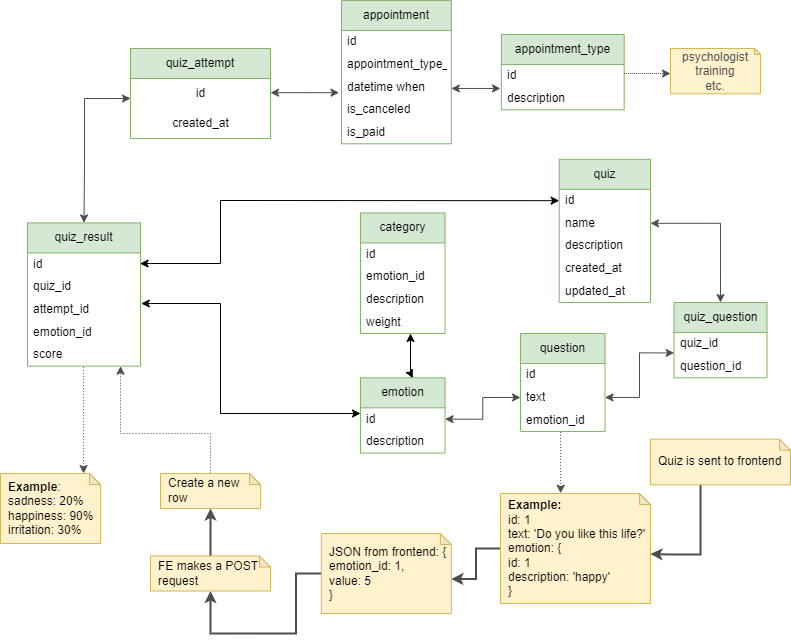
The draw.io diagram docs/test_diagram.drawio.png in emotional-help-competition/backend, before a commit. Source tidied: cells renumbered, new cells last; positions are measured from the earlier drawing's top-left corner, leaving out a move shared by most shapes.
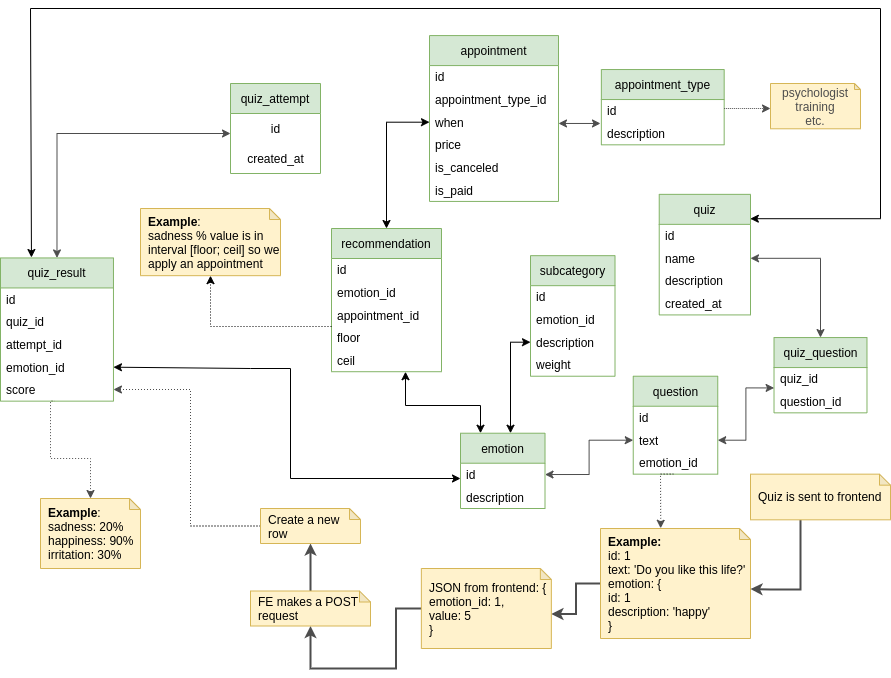
The same diagram one commit later.

Commit message:
Add recommendation entity

The edit, as a diff of the source:
```diff
@@ -3,39 +3,35 @@
     <mxCell id="0" />
     <mxCell id="1" parent="0" />
     <mxCell id="2" value="quiz_attempt" style="swimlane;fontStyle=0;horizontal=1;startSize=30;whiteSpace=wrap;html=1;fillColor=#d5e8d4;strokeColor=#82b366;" parent="1" vertex="1">
-      <mxGeometry x="130" y="48" width="140" height="90" as="geometry" />
+      <mxGeometry x="130" y="48" width="90" height="90" as="geometry" />
     </mxCell>
     <mxCell id="3" value="id" style="text;html=1;align=center;verticalAlign=middle;strokeColor=none;fillColor=none;" parent="2" vertex="1">
-      <mxGeometry y="30" width="140" height="30" as="geometry" />
+      <mxGeometry y="30" width="90" height="30" as="geometry" />
     </mxCell>
     <mxCell id="4" value="created_at" style="text;html=1;align=center;verticalAlign=middle;strokeColor=none;fillColor=none;" parent="2" vertex="1">
-      <mxGeometry y="60" width="140" height="30" as="geometry" />
+      <mxGeometry y="60" width="90" height="30" as="geometry" />
     </mxCell>
     <mxCell id="5" value="appointment" style="swimlane;fontStyle=0;horizontal=1;startSize=30;whiteSpace=wrap;html=1;fillColor=#d5e8d4;strokeColor=#82b366;" parent="1" vertex="1">
-      <mxGeometry x="341" y="0.1" width="109.9" height="143.2" as="geometry" />
+      <mxGeometry x="329" y="0.1" width="129" height="165.8" as="geometry" />
     </mxCell>
     <mxCell id="6" value="id" style="text;strokeColor=none;fillColor=none;align=left;verticalAlign=middle;spacingLeft=4;spacingRight=4;overflow=hidden;whiteSpace=wrap;html=1;" parent="5" vertex="1">
-      <mxGeometry y="30" width="109.9" height="22.6" as="geometry" />
+      <mxGeometry y="30" width="129" height="22.6" as="geometry" />
     </mxCell>
     <mxCell id="7" value="appointment_type_id" style="text;strokeColor=none;fillColor=none;align=left;verticalAlign=middle;spacingLeft=4;spacingRight=4;overflow=hidden;whiteSpace=wrap;html=1;" parent="5" vertex="1">
-      <mxGeometry y="52.6" width="109.9" height="22.6" as="geometry" />
+      <mxGeometry y="52.6" width="129" height="22.6" as="geometry" />
     </mxCell>
-    <mxCell id="8" value="datetime when" style="text;strokeColor=none;fillColor=none;align=left;verticalAlign=middle;spacingLeft=4;spacingRight=4;overflow=hidden;points=[[0,0.5],[1,0.5]];portConstraint=eastwest;whiteSpace=wrap;html=1;" parent="5" vertex="1">
-      <mxGeometry y="75.3" width="109.9" height="22.6" as="geometry" />
+    <mxCell id="8" value="when" style="text;strokeColor=none;fillColor=none;align=left;verticalAlign=middle;spacingLeft=4;spacingRight=4;overflow=hidden;points=[[0,0.5],[1,0.5]];portConstraint=eastwest;whiteSpace=wrap;html=1;" parent="5" vertex="1">
+      <mxGeometry y="75.3" width="129" height="22.6" as="geometry" />
     </mxCell>
+    <mxCell id="65" value="price" style="text;strokeColor=none;fillColor=none;align=left;verticalAlign=middle;spacingLeft=4;spacingRight=4;overflow=hidden;whiteSpace=wrap;html=1;" parent="5" vertex="1">
+      <mxGeometry y="97.9" width="129" height="22.6" as="geometry" />
+    </mxCell>
     <mxCell id="9" value="is_canceled" style="text;strokeColor=none;fillColor=none;align=left;verticalAlign=middle;spacingLeft=4;spacingRight=4;overflow=hidden;whiteSpace=wrap;html=1;" parent="5" vertex="1">
-      <mxGeometry y="97.9" width="109.9" height="22.6" as="geometry" />
+      <mxGeometry y="120.6" width="129" height="22.6" as="geometry" />
     </mxCell>
     <mxCell id="10" value="is_paid" style="text;strokeColor=none;fillColor=none;align=left;verticalAlign=middle;spacingLeft=4;spacingRight=4;overflow=hidden;whiteSpace=wrap;html=1;" parent="5" vertex="1">
-      <mxGeometry y="120.6" width="109.9" height="22.6" as="geometry" />
+      <mxGeometry y="143.2" width="129" height="22.6" as="geometry" />
     </mxCell>
-    <mxCell id="11" style="edgeStyle=orthogonalEdgeStyle;rounded=0;jettySize=auto;html=1;startArrow=classic;startFill=1;strokeColor=#4D4D4D;entryX=-0.022;entryY=0.743;entryDx=0;entryDy=0;entryPerimeter=0;" parent="1" edge="1" source="2" target="8">
-      <mxGeometry relative="1" as="geometry">
-        <Array as="points">
-          <mxPoint x="306" y="93" />
-        </Array>
-      </mxGeometry>
-    </mxCell>
     <mxCell id="12" value="appointment_type" style="swimlane;fontStyle=0;horizontal=1;startSize=30;whiteSpace=wrap;html=1;fillColor=#d5e8d4;strokeColor=#82b366;" parent="1" vertex="1">
       <mxGeometry x="500.9" y="34" width="122.8" height="75.3" as="geometry" />
     </mxCell>
@@ -57,7 +53,7 @@
       </mxGeometry>
     </mxCell>
     <mxCell id="17" value="quiz" style="swimlane;fontStyle=0;horizontal=1;startSize=30;whiteSpace=wrap;html=1;fillColor=#d5e8d4;strokeColor=#82b366;" parent="1" vertex="1">
-      <mxGeometry x="558.7" y="158.8" width="91.3" height="143.2" as="geometry" />
+      <mxGeometry x="558.7" y="158.8" width="91.3" height="120.6" as="geometry" />
     </mxCell>
     <mxCell id="18" value="id" style="text;strokeColor=none;fillColor=none;align=left;verticalAlign=middle;spacingLeft=4;spacingRight=4;overflow=hidden;points=[[0,0.5],[1,0.5]];portConstraint=eastwest;whiteSpace=wrap;html=1;" parent="17" vertex="1">
       <mxGeometry y="30" width="91.3" height="22.6" as="geometry" />
@@ -71,11 +67,8 @@
     <mxCell id="21" value="created_at" style="text;strokeColor=none;fillColor=none;align=left;verticalAlign=middle;spacingLeft=4;spacingRight=4;overflow=hidden;whiteSpace=wrap;html=1;" parent="17" vertex="1">
       <mxGeometry y="97.9" width="91.3" height="22.6" as="geometry" />
     </mxCell>
-    <mxCell id="22" value="updated_at" style="text;strokeColor=none;fillColor=none;align=left;verticalAlign=middle;spacingLeft=4;spacingRight=4;overflow=hidden;whiteSpace=wrap;html=1;fontStyle=0;" parent="17" vertex="1">
-      <mxGeometry y="120.6" width="91.3" height="22.6" as="geometry" />
-    </mxCell>
     <mxCell id="23" value="question" style="swimlane;fontStyle=0;horizontal=1;startSize=30;whiteSpace=wrap;html=1;fillColor=#d5e8d4;strokeColor=#82b366;" parent="1" vertex="1">
-      <mxGeometry x="520" y="333" width="84.5" height="97.9" as="geometry" />
+      <mxGeometry x="532.7" y="340.7" width="84.5" height="97.9" as="geometry" />
     </mxCell>
     <mxCell id="24" value="id" style="text;strokeColor=none;fillColor=none;align=left;verticalAlign=middle;spacingLeft=4;spacingRight=4;overflow=hidden;whiteSpace=wrap;html=1;" parent="23" vertex="1">
       <mxGeometry y="30" width="84.5" height="22.6" as="geometry" />
@@ -98,8 +91,16 @@
     <mxCell id="30" style="edgeStyle=orthogonalEdgeStyle;rounded=0;jettySize=auto;html=1;entryX=1;entryY=0.5;entryDx=0;entryDy=0;startArrow=classic;startFill=1;exitX=0.5;exitY=0;exitDx=0;exitDy=0;strokeColor=#4D4D4D;" parent="1" edge="1" source="27" target="19">
       <mxGeometry relative="1" as="geometry" />
     </mxCell>
+    <mxCell id="66" style="edgeStyle=orthogonalEdgeStyle;rounded=0;jettySize=auto;html=1;startArrow=classic;startFill=1;" parent="1" edge="1" source="31" target="69">
+      <mxGeometry relative="1" as="geometry">
+        <Array as="points">
+          <mxPoint x="380" y="370" />
+          <mxPoint x="305" y="370" />
+        </Array>
+      </mxGeometry>
+    </mxCell>
     <mxCell id="31" value="emotion" style="swimlane;fontStyle=0;horizontal=1;startSize=30;whiteSpace=wrap;html=1;fillColor=#d5e8d4;strokeColor=#82b366;" parent="1" vertex="1">
-      <mxGeometry x="360" y="377.3" width="84.5" height="75.3" as="geometry" />
+      <mxGeometry x="360" y="397.7" width="84.5" height="75.3" as="geometry" />
     </mxCell>
     <mxCell id="32" value="id" style="text;strokeColor=none;fillColor=none;align=left;verticalAlign=middle;spacingLeft=4;spacingRight=4;overflow=hidden;points=[[0,0.5],[1,0.5]];portConstraint=eastwest;whiteSpace=wrap;html=1;" parent="31" vertex="1">
       <mxGeometry y="30" width="84.5" height="22.6" as="geometry" />
@@ -114,9 +115,7 @@
       <mxGeometry relative="1" as="geometry">
         <mxPoint x="130" y="98" as="sourcePoint" />
         <Array as="points">
-          <mxPoint x="84" y="98" />
-          <mxPoint x="84" y="160" />
-          <mxPoint x="84" y="160" />
+          <mxPoint x="-43" y="98" />
         </Array>
       </mxGeometry>
     </mxCell>
@@ -126,18 +125,30 @@
     <mxCell id="37" style="edgeStyle=orthogonalEdgeStyle;rounded=0;jettySize=auto;html=1;entryX=0.001;entryY=0.9;entryDx=0;entryDy=0;entryPerimeter=0;startArrow=classic;startFill=1;strokeColor=#4D4D4D;" parent="1" edge="1" source="25" target="28">
       <mxGeometry relative="1" as="geometry" />
     </mxCell>
-    <mxCell id="38" style="edgeStyle=orthogonalEdgeStyle;rounded=0;jettySize=auto;html=1;dashed=1;dashPattern=1 2;strokeColor=#4D4D4D;fontSize=11;fontColor=#4D4D4D;startArrow=classic;startFill=1;endArrow=none;endFill=0;entryX=0.496;entryY=1.017;entryDx=0;entryDy=0;entryPerimeter=0;" parent="1" edge="1" source="39" target="45">
+    <mxCell id="38" style="edgeStyle=orthogonalEdgeStyle;rounded=0;jettySize=auto;html=1;dashed=1;dashPattern=1 2;strokeColor=#4D4D4D;fontSize=11;fontColor=#4D4D4D;startArrow=classic;startFill=1;endArrow=none;endFill=0;entryX=0.481;entryY=1.001;entryDx=0;entryDy=0;entryPerimeter=0;exitX=0.5;exitY=0;exitDx=0;exitDy=0;exitPerimeter=0;" parent="1" edge="1" source="39" target="45">
       <mxGeometry relative="1" as="geometry">
         <Array as="points">
-          <mxPoint x="83" y="366" />
+          <mxPoint x="-10" y="423" />
+          <mxPoint x="-50" y="423" />
+          <mxPoint x="-50" y="366" />
         </Array>
       </mxGeometry>
     </mxCell>
     <mxCell id="39" value="&lt;b&gt;Example&lt;/b&gt;:&lt;br&gt;sadness: 20%&lt;br&gt;happiness: 90%&lt;br&gt;irritation: 30%" style="shape=note;whiteSpace=wrap;html=1;backgroundOutline=1;darkOpacity=0.05;size=11;spacingTop=0;fillColor=#fff2cc;strokeColor=#d6b656;align=left;spacingLeft=6;" parent="1" vertex="1">
-      <mxGeometry y="473" width="100" height="70" as="geometry" />
+      <mxGeometry x="-60" y="463" width="100" height="70" as="geometry" />
     </mxCell>
+    <mxCell id="67" style="edgeStyle=orthogonalEdgeStyle;rounded=0;jettySize=auto;html=1;entryX=0.998;entryY=0.202;entryDx=0;entryDy=0;entryPerimeter=0;startArrow=classic;startFill=1;exitX=0.274;exitY=-0.003;exitDx=0;exitDy=0;exitPerimeter=0;" parent="1" edge="1" source="40" target="17">
+      <mxGeometry relative="1" as="geometry">
+        <Array as="points">
+          <mxPoint x="-70" y="222" />
+          <mxPoint x="-70" y="-27" />
+          <mxPoint x="780" y="-27" />
+          <mxPoint x="780" y="183" />
+        </Array>
+      </mxGeometry>
+    </mxCell>
     <mxCell id="40" value="quiz_result" style="swimlane;fontStyle=0;horizontal=1;startSize=30;whiteSpace=wrap;html=1;fillColor=#d5e8d4;strokeColor=#82b366;" parent="1" vertex="1">
-      <mxGeometry x="27" y="222.4" width="113" height="143.2" as="geometry" />
+      <mxGeometry x="-100" y="222.4" width="113" height="143.2" as="geometry" />
     </mxCell>
     <mxCell id="41" value="id" style="text;strokeColor=none;fillColor=none;align=left;verticalAlign=middle;spacingLeft=4;spacingRight=4;overflow=hidden;points=[[0,0.5],[1,0.5]];portConstraint=eastwest;whiteSpace=wrap;html=1;" parent="40" vertex="1">
       <mxGeometry y="30" width="113" height="22.6" as="geometry" />
@@ -191,38 +202,29 @@
     <mxCell id="54" value="FE makes a POST request" style="shape=note;whiteSpace=wrap;html=1;backgroundOutline=1;darkOpacity=0.05;size=11;spacingTop=0;fillColor=#fff2cc;strokeColor=#d6b656;align=left;spacingBottom=0;spacingLeft=6;" parent="1" vertex="1">
       <mxGeometry x="150" y="555.5" width="120" height="35" as="geometry" />
     </mxCell>
-    <mxCell id="55" style="edgeStyle=orthogonalEdgeStyle;rounded=0;jettySize=auto;html=1;strokeColor=#4D4D4D;strokeWidth=1;fontSize=11;fontColor=#4D4D4D;startArrow=none;startFill=0;endArrow=classic;endFill=1;dashed=1;dashPattern=1 2;" parent="1" edge="1" source="56" target="45">
+    <mxCell id="55" style="edgeStyle=orthogonalEdgeStyle;rounded=0;jettySize=auto;html=1;strokeColor=#4D4D4D;strokeWidth=1;fontSize=11;fontColor=#4D4D4D;startArrow=none;startFill=0;endArrow=classic;endFill=1;dashed=1;dashPattern=1 2;exitX=0;exitY=0.5;exitDx=0;exitDy=0;exitPerimeter=0;" parent="1" edge="1" source="56" target="45">
       <mxGeometry relative="1" as="geometry">
         <Array as="points">
-          <mxPoint x="210" y="433" />
-          <mxPoint x="120" y="433" />
+          <mxPoint x="90" y="491" />
+          <mxPoint x="90" y="354" />
         </Array>
       </mxGeometry>
     </mxCell>
     <mxCell id="56" value="Create a new row" style="shape=note;whiteSpace=wrap;html=1;backgroundOutline=1;darkOpacity=0.05;size=11;spacingTop=0;fillColor=#fff2cc;strokeColor=#d6b656;align=left;spacingBottom=0;spacingLeft=6;" parent="1" vertex="1">
       <mxGeometry x="160" y="473" width="100" height="35" as="geometry" />
     </mxCell>
-    <mxCell id="57" style="endArrow=classic;startArrow=classic;html=1;rounded=0;exitX=1.007;exitY=0.234;exitDx=0;exitDy=0;exitPerimeter=0;" parent="1" edge="1" source="43">
+    <mxCell id="57" style="endArrow=classic;startArrow=classic;html=1;rounded=0;exitX=1;exitY=0.5;exitDx=0;exitDy=0;" parent="1" edge="1" source="44">
       <mxGeometry relative="1" as="geometry">
-        <mxPoint x="360" y="413" as="targetPoint" />
+        <mxPoint x="360" y="443" as="targetPoint" />
         <Array as="points">
-          <mxPoint x="150" y="303" />
-          <mxPoint x="220" y="303" />
-          <mxPoint x="220" y="413" />
+          <mxPoint x="150" y="333" />
+          <mxPoint x="190" y="333" />
+          <mxPoint x="190" y="443" />
         </Array>
       </mxGeometry>
     </mxCell>
-    <mxCell id="58" style="endArrow=classic;startArrow=classic;html=1;rounded=0;exitX=0.996;exitY=0.471;exitDx=0;exitDy=0;entryX=0;entryY=0.5;entryDx=0;entryDy=0;exitPerimeter=0;" parent="1" edge="1" source="41" target="18">
-      <mxGeometry relative="1" as="geometry">
-        <Array as="points">
-          <mxPoint x="150" y="263" />
-          <mxPoint x="220" y="263" />
-          <mxPoint x="220" y="200" />
-        </Array>
-      </mxGeometry>
-    </mxCell>
-    <mxCell id="59" value="category" style="swimlane;fontStyle=0;horizontal=1;startSize=30;whiteSpace=wrap;html=1;fillColor=#d5e8d4;strokeColor=#82b366;" parent="1" vertex="1">
-      <mxGeometry x="360" y="212.4" width="84.5" height="120.6" as="geometry" />
+    <mxCell id="59" value="subcategory" style="swimlane;fontStyle=0;horizontal=1;startSize=30;whiteSpace=wrap;html=1;fillColor=#d5e8d4;strokeColor=#82b366;" parent="1" vertex="1">
+      <mxGeometry x="430" y="220.2" width="84.5" height="120.6" as="geometry" />
     </mxCell>
     <mxCell id="60" value="id" style="text;strokeColor=none;fillColor=none;align=left;verticalAlign=middle;spacingLeft=4;spacingRight=4;overflow=hidden;whiteSpace=wrap;html=1;" parent="59" vertex="1">
       <mxGeometry y="30" width="84.5" height="22.6" as="geometry" />
@@ -236,13 +238,43 @@
     <mxCell id="63" value="weight" style="text;strokeColor=none;fillColor=none;align=left;verticalAlign=middle;spacingLeft=4;spacingRight=4;overflow=hidden;whiteSpace=wrap;html=1;" parent="59" vertex="1">
       <mxGeometry y="97.9" width="84.5" height="22.6" as="geometry" />
     </mxCell>
-    <mxCell id="64" style="endArrow=classic;startArrow=classic;html=1;rounded=0;exitX=0.619;exitY=0.003;exitDx=0;exitDy=0;exitPerimeter=0;" parent="1" edge="1" source="31">
-      <mxGeometry relative="1" as="geometry">
-        <mxPoint x="410" y="333" as="targetPoint" />
-        <Array as="points">
-          <mxPoint x="410" y="373" />
-        </Array>
-      </mxGeometry>
-    </mxCell>
+    <mxCell id="68" style="edgeStyle=orthogonalEdgeStyle;rounded=0;jettySize=auto;html=1;entryX=0;entryY=0.5;entryDx=0;entryDy=0;startArrow=classic;startFill=1;" parent="1" edge="1" source="69" target="8">
+      <mxGeometry relative="1" as="geometry" />
+    </mxCell>
+    <mxCell id="69" value="recommendation" style="swimlane;fontStyle=0;horizontal=1;startSize=30;whiteSpace=wrap;html=1;fillColor=#d5e8d4;strokeColor=#82b366;" parent="1" vertex="1">
+      <mxGeometry x="231" y="193" width="110" height="143.2" as="geometry" />
+    </mxCell>
+    <mxCell id="70" value="id" style="text;strokeColor=none;fillColor=none;align=left;verticalAlign=middle;spacingLeft=4;spacingRight=4;overflow=hidden;whiteSpace=wrap;html=1;" parent="69" vertex="1">
+      <mxGeometry y="30" width="110" height="22.6" as="geometry" />
+    </mxCell>
+    <mxCell id="71" value="emotion_id" style="text;strokeColor=none;fillColor=none;align=left;verticalAlign=middle;spacingLeft=4;spacingRight=4;overflow=hidden;whiteSpace=wrap;html=1;" parent="69" vertex="1">
+      <mxGeometry y="52.6" width="110" height="22.6" as="geometry" />
+    </mxCell>
+    <mxCell id="72" value="appointment_id" style="text;strokeColor=none;fillColor=none;align=left;verticalAlign=middle;spacingLeft=4;spacingRight=4;overflow=hidden;whiteSpace=wrap;html=1;" parent="69" vertex="1">
+      <mxGeometry y="75.3" width="110" height="22.6" as="geometry" />
+    </mxCell>
+    <mxCell id="73" value="floor" style="text;strokeColor=none;fillColor=none;align=left;verticalAlign=middle;spacingLeft=4;spacingRight=4;overflow=hidden;points=[[0,0.5],[1,0.5]];portConstraint=eastwest;whiteSpace=wrap;html=1;" parent="69" vertex="1">
+      <mxGeometry y="97.9" width="110" height="22.6" as="geometry" />
+    </mxCell>
+    <mxCell id="74" value="ceil" style="text;strokeColor=none;fillColor=none;align=left;verticalAlign=middle;spacingLeft=4;spacingRight=4;overflow=hidden;whiteSpace=wrap;html=1;" parent="69" vertex="1">
+      <mxGeometry y="120.6" width="110" height="22.6" as="geometry" />
+    </mxCell>
+    <mxCell id="75" style="edgeStyle=orthogonalEdgeStyle;rounded=0;jettySize=auto;html=1;startArrow=classic;startFill=1;" parent="1" edge="1" source="62" target="31">
+      <mxGeometry relative="1" as="geometry">
+        <Array as="points">
+          <mxPoint x="410" y="307" />
+        </Array>
+      </mxGeometry>
+    </mxCell>
+    <mxCell id="76" value="&lt;b&gt;Example&lt;/b&gt;:&lt;br&gt;sadness % value is in interval [floor; ceil] so we apply an appointment" style="shape=note;whiteSpace=wrap;html=1;backgroundOutline=1;darkOpacity=0.05;size=11;spacingTop=0;fillColor=#fff2cc;strokeColor=#d6b656;align=left;spacingBottom=0;spacingLeft=6;" parent="1" vertex="1">
+      <mxGeometry x="40" y="173" width="140" height="67.2" as="geometry" />
+    </mxCell>
+    <mxCell id="77" style="edgeStyle=orthogonalEdgeStyle;rounded=0;jettySize=auto;html=1;startArrow=none;startFill=0;dashed=1;dashPattern=1 2;" parent="1" edge="1" source="73" target="76">
+      <mxGeometry relative="1" as="geometry">
+        <Array as="points">
+          <mxPoint x="110" y="291" />
+        </Array>
+      </mxGeometry>
+    </mxCell>
   </root>
 </mxGraphModel>
```
